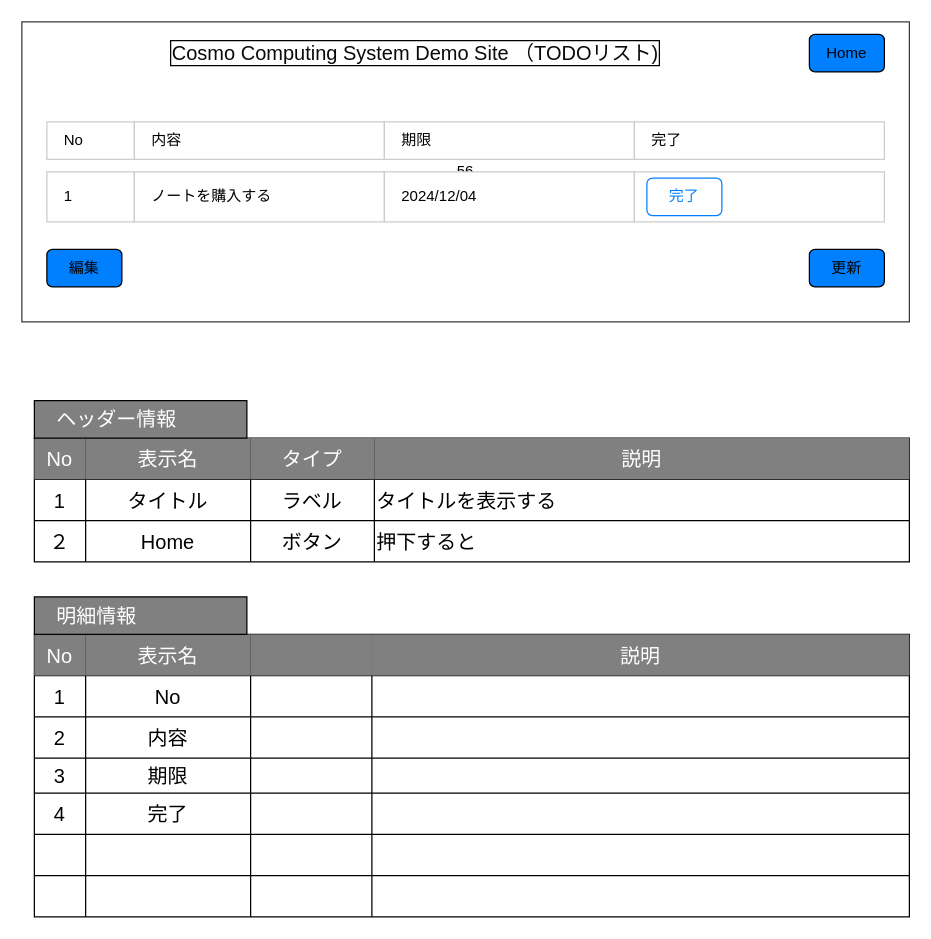
Above: design-document/一覧画面.drawio in next-fire-starter/webdocs (draw.io), before the change. Source tidied: cells renumbered, new cells numbered last; positions are measured from the earlier drawing's top-left corner, leaving out a move shared by most shapes. Both pictures are drawn from the tidied source at 125%, with x=0, y=0 at pixel (21, 21).
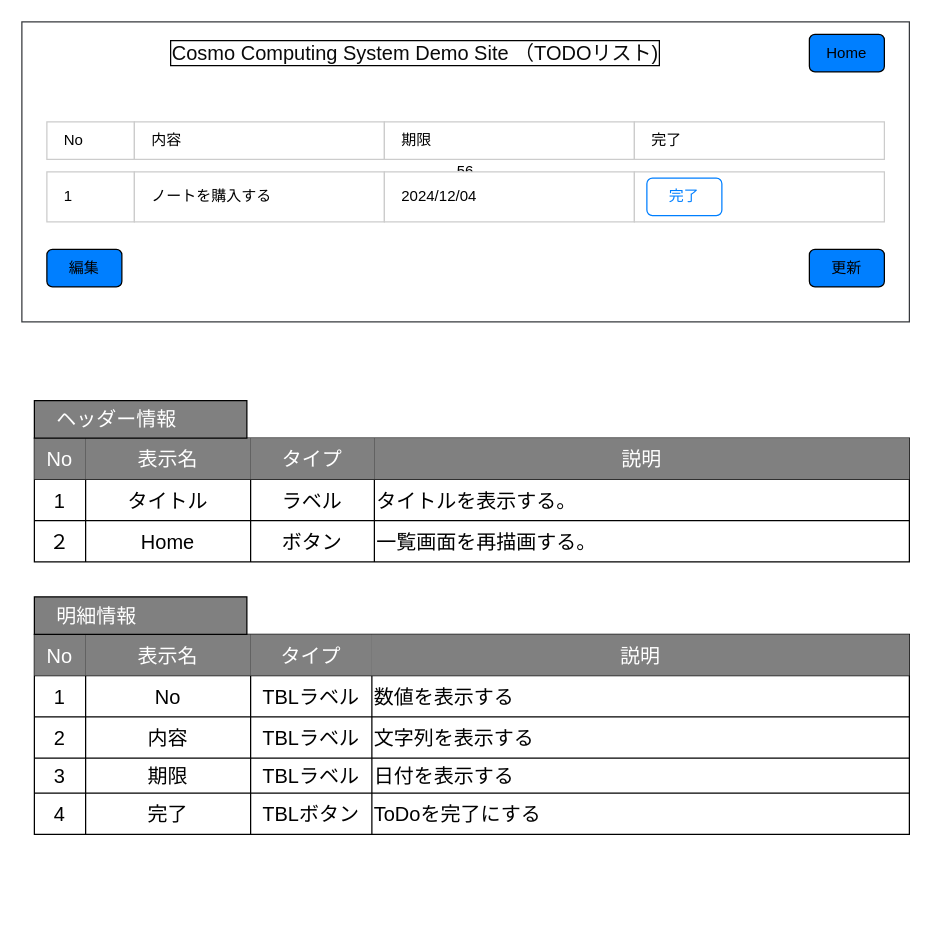
Above is the later version.

The change refers to these unchanged cells:
```xml
<mxCell id="22" style="shape=tableRow;horizontal=0;startSize=0;swimlaneHead=0;swimlaneBody=0;top=0;left=0;bottom=0;right=0;fillColor=none;fontSize=16;" parent="16" vertex="1">
  <mxGeometry y="33" width="700" height="33" as="geometry" />
</mxCell>
<mxCell id="27" style="shape=tableRow;horizontal=0;startSize=0;swimlaneHead=0;swimlaneBody=0;top=0;left=0;bottom=0;right=0;fillColor=none;fontSize=16;" parent="16" vertex="1">
  <mxGeometry y="66" width="700" height="33" as="geometry" />
</mxCell>
<mxCell id="34" style="shape=tableRow;horizontal=0;startSize=0;swimlaneHead=0;swimlaneBody=0;top=0;left=0;bottom=0;right=0;fillColor=none;fontSize=16;" parent="33" vertex="1">
  <mxGeometry width="700" height="33" as="geometry" />
</mxCell>
<mxCell id="44" style="shape=tableRow;horizontal=0;startSize=0;swimlaneHead=0;swimlaneBody=0;top=0;left=0;bottom=0;right=0;fillColor=none;fontSize=16;" parent="33" vertex="1">
  <mxGeometry y="66" width="700" height="33" as="geometry" />
</mxCell>
<mxCell id="49" style="shape=tableRow;horizontal=0;startSize=0;swimlaneHead=0;swimlaneBody=0;top=0;left=0;bottom=0;right=0;fillColor=none;fontSize=16;" parent="33" vertex="1">
  <mxGeometry y="99" width="700" height="28" as="geometry" />
</mxCell>
<mxCell id="54" style="shape=tableRow;horizontal=0;startSize=0;swimlaneHead=0;swimlaneBody=0;top=0;left=0;bottom=0;right=0;fillColor=none;fontSize=16;" parent="33" vertex="1">
  <mxGeometry y="127" width="700" height="33" as="geometry" />
</mxCell>
```

Diff of the diagram source:
```diff
@@
-    <mxCell id="26" value="タイトルを表示する" style="shape=partialRectangle;html=1;whiteSpace=wrap;fillColor=none;top=0;left=0;bottom=0;right=0;overflow=hidden;fontSize=16;fontColor=#000000;align=left;" parent="22" vertex="1">
+    <mxCell id="26" value="タイトルを表示する。" style="shape=partialRectangle;html=1;whiteSpace=wrap;fillColor=none;top=0;left=0;bottom=0;right=0;overflow=hidden;fontSize=16;fontColor=#000000;align=left;" parent="22" vertex="1">
       <mxGeometry x="272" width="428" height="33" as="geometry" />
     </mxCell>
@@
-    <mxCell id="31" value="押下すると" style="shape=partialRectangle;html=1;whiteSpace=wrap;fillColor=none;top=0;left=0;bottom=0;right=0;overflow=hidden;fontSize=16;fontColor=#000000;align=left;" parent="27" vertex="1">
+    <mxCell id="31" value="一覧画面を再描画する。" style="shape=partialRectangle;html=1;whiteSpace=wrap;fillColor=none;top=0;left=0;bottom=0;right=0;overflow=hidden;fontSize=16;fontColor=#000000;align=left;" parent="27" vertex="1">
       <mxGeometry x="272" width="428" height="33" as="geometry" />
     </mxCell>
@@
-    <mxCell id="33" style="shape=table;html=1;whiteSpace=wrap;startSize=0;childLayout=tableLayout;fontSize=16;fillColor=#FFFFFF;strokeColor=#000000;fontColor=#000000;" parent="1" vertex="1">
-      <mxGeometry x="10" y="490" width="700" height="226" as="geometry" />
+    <mxCell id="33" style="shape=table;html=1;whiteSpace=wrap;startSize=0;childLayout=tableLayout;fontSize=16;fillColor=#FFFFFF;strokeColor=#000000;fontColor=#000000;align=left;" parent="1" vertex="1">
+      <mxGeometry x="10" y="490" width="700" height="160" as="geometry" />
     </mxCell>
@@
-    <mxCell id="37" style="shape=partialRectangle;html=1;whiteSpace=wrap;fillColor=#808080;top=0;left=0;bottom=0;right=0;overflow=hidden;fontSize=16;fontColor=#ffffff;strokeColor=#001DBC;" parent="34" vertex="1">
+    <mxCell id="37" value="タイプ" style="shape=partialRectangle;html=1;whiteSpace=wrap;fillColor=#808080;top=0;left=0;bottom=0;right=0;overflow=hidden;fontSize=16;fontColor=#ffffff;strokeColor=#001DBC;" parent="34" vertex="1">
       <mxGeometry x="173" width="97" height="33" as="geometry" />
     </mxCell>
@@
-    <mxCell id="39" style="shape=tableRow;horizontal=0;startSize=0;swimlaneHead=0;swimlaneBody=0;top=0;left=0;bottom=0;right=0;fillColor=none;fontSize=16;" parent="33" vertex="1">
+    <mxCell id="39" style="shape=tableRow;horizontal=0;startSize=0;swimlaneHead=0;swimlaneBody=0;top=0;left=0;bottom=0;right=0;fillColor=none;fontSize=16;align=left;" parent="33" vertex="1">
       <mxGeometry y="33" width="700" height="33" as="geometry" />
     </mxCell>
@@
-    <mxCell id="42" style="shape=partialRectangle;html=1;whiteSpace=wrap;fillColor=none;top=0;left=0;bottom=0;right=0;overflow=hidden;fontSize=16;fontColor=#000000;" parent="39" vertex="1">
+    <mxCell id="42" value="TBLラベル" style="shape=partialRectangle;html=1;whiteSpace=wrap;fillColor=none;top=0;left=0;bottom=0;right=0;overflow=hidden;fontSize=16;fontColor=#000000;" parent="39" vertex="1">
       <mxGeometry x="173" width="97" height="33" as="geometry" />
     </mxCell>
-    <mxCell id="43" style="shape=partialRectangle;html=1;whiteSpace=wrap;fillColor=none;top=0;left=0;bottom=0;right=0;overflow=hidden;fontSize=16;fontColor=#000000;" parent="39" vertex="1">
+    <mxCell id="43" value="数値を表示する" style="shape=partialRectangle;html=1;whiteSpace=wrap;fillColor=none;top=0;left=0;bottom=0;right=0;overflow=hidden;fontSize=16;fontColor=#000000;align=left;" parent="39" vertex="1">
       <mxGeometry x="270" width="430" height="33" as="geometry" />
     </mxCell>
@@
-    <mxCell id="47" style="shape=partialRectangle;html=1;whiteSpace=wrap;fillColor=none;top=0;left=0;bottom=0;right=0;overflow=hidden;fontSize=16;fontColor=#000000;" parent="44" vertex="1">
+    <mxCell id="47" value="TBLラベル" style="shape=partialRectangle;html=1;whiteSpace=wrap;fillColor=none;top=0;left=0;bottom=0;right=0;overflow=hidden;fontSize=16;fontColor=#000000;" parent="44" vertex="1">
       <mxGeometry x="173" width="97" height="33" as="geometry" />
     </mxCell>
-    <mxCell id="48" style="shape=partialRectangle;html=1;whiteSpace=wrap;fillColor=none;top=0;left=0;bottom=0;right=0;overflow=hidden;fontSize=16;fontColor=#000000;" parent="44" vertex="1">
+    <mxCell id="48" value="文字列を表示する" style="shape=partialRectangle;html=1;whiteSpace=wrap;fillColor=none;top=0;left=0;bottom=0;right=0;overflow=hidden;fontSize=16;fontColor=#000000;align=left;" parent="44" vertex="1">
       <mxGeometry x="270" width="430" height="33" as="geometry" />
     </mxCell>
@@
-    <mxCell id="52" style="shape=partialRectangle;html=1;whiteSpace=wrap;fillColor=none;top=0;left=0;bottom=0;right=0;overflow=hidden;fontSize=16;fontColor=#000000;" parent="49" vertex="1">
+    <mxCell id="52" value="TBLラベル" style="shape=partialRectangle;html=1;whiteSpace=wrap;fillColor=none;top=0;left=0;bottom=0;right=0;overflow=hidden;fontSize=16;fontColor=#000000;" parent="49" vertex="1">
       <mxGeometry x="173" width="97" height="28" as="geometry" />
     </mxCell>
-    <mxCell id="53" style="shape=partialRectangle;html=1;whiteSpace=wrap;fillColor=none;top=0;left=0;bottom=0;right=0;overflow=hidden;fontSize=16;fontColor=#000000;" parent="49" vertex="1">
+    <mxCell id="53" value="日付を表示する" style="shape=partialRectangle;html=1;whiteSpace=wrap;fillColor=none;top=0;left=0;bottom=0;right=0;overflow=hidden;fontSize=16;fontColor=#000000;align=left;" parent="49" vertex="1">
       <mxGeometry x="270" width="430" height="28" as="geometry" />
     </mxCell>
@@
-    <mxCell id="57" style="shape=partialRectangle;html=1;whiteSpace=wrap;fillColor=none;top=0;left=0;bottom=0;right=0;overflow=hidden;fontSize=16;fontColor=#000000;" parent="54" vertex="1">
+    <mxCell id="57" value="TBLボタン" style="shape=partialRectangle;html=1;whiteSpace=wrap;fillColor=none;top=0;left=0;bottom=0;right=0;overflow=hidden;fontSize=16;fontColor=#000000;" parent="54" vertex="1">
       <mxGeometry x="173" width="97" height="33" as="geometry" />
     </mxCell>
-    <mxCell id="58" style="shape=partialRectangle;html=1;whiteSpace=wrap;fillColor=none;top=0;left=0;bottom=0;right=0;overflow=hidden;fontSize=16;fontColor=#000000;" parent="54" vertex="1">
+    <mxCell id="58" value="ToDoを完了にする" style="shape=partialRectangle;html=1;whiteSpace=wrap;fillColor=none;top=0;left=0;bottom=0;right=0;overflow=hidden;fontSize=16;fontColor=#000000;align=left;" parent="54" vertex="1">
       <mxGeometry x="270" width="430" height="33" as="geometry" />
     </mxCell>
-    <mxCell id="59" style="shape=tableRow;horizontal=0;startSize=0;swimlaneHead=0;swimlaneBody=0;top=0;left=0;bottom=0;right=0;fillColor=none;fontSize=16;" parent="33" vertex="1">
-      <mxGeometry y="160" width="700" height="33" as="geometry" />
-    </mxCell>
-    <mxCell id="60" style="shape=partialRectangle;html=1;whiteSpace=wrap;fillColor=none;top=0;left=0;bottom=0;right=0;overflow=hidden;fontSize=16;fontColor=#000000;" parent="59" vertex="1">
-      <mxGeometry width="41" height="33" as="geometry" />
-    </mxCell>
-    <mxCell id="61" style="shape=partialRectangle;html=1;whiteSpace=wrap;fillColor=none;top=0;left=0;bottom=0;right=0;overflow=hidden;fontSize=16;fontColor=#000000;" parent="59" vertex="1">
-      <mxGeometry x="41" width="132" height="33" as="geometry" />
-    </mxCell>
-    <mxCell id="62" style="shape=partialRectangle;html=1;whiteSpace=wrap;fillColor=none;top=0;left=0;bottom=0;right=0;overflow=hidden;fontSize=16;fontColor=#000000;" parent="59" vertex="1">
-      <mxGeometry x="173" width="97" height="33" as="geometry" />
-    </mxCell>
-    <mxCell id="63" style="shape=partialRectangle;html=1;whiteSpace=wrap;fillColor=none;top=0;left=0;bottom=0;right=0;overflow=hidden;fontSize=16;fontColor=#000000;" parent="59" vertex="1">
-      <mxGeometry x="270" width="430" height="33" as="geometry" />
-    </mxCell>
-    <mxCell id="64" style="shape=tableRow;horizontal=0;startSize=0;swimlaneHead=0;swimlaneBody=0;top=0;left=0;bottom=0;right=0;fillColor=none;fontSize=16;" parent="33" vertex="1">
-      <mxGeometry y="193" width="700" height="33" as="geometry" />
-    </mxCell>
-    <mxCell id="65" style="shape=partialRectangle;html=1;whiteSpace=wrap;fillColor=none;top=0;left=0;bottom=0;right=0;overflow=hidden;fontSize=16;fontColor=#000000;" parent="64" vertex="1">
-      <mxGeometry width="41" height="33" as="geometry" />
-    </mxCell>
-    <mxCell id="66" style="shape=partialRectangle;html=1;whiteSpace=wrap;fillColor=none;top=0;left=0;bottom=0;right=0;overflow=hidden;fontSize=16;fontColor=#000000;" parent="64" vertex="1">
-      <mxGeometry x="41" width="132" height="33" as="geometry" />
-    </mxCell>
-    <mxCell id="67" style="shape=partialRectangle;html=1;whiteSpace=wrap;fillColor=none;top=0;left=0;bottom=0;right=0;overflow=hidden;fontSize=16;fontColor=#000000;" parent="64" vertex="1">
-      <mxGeometry x="173" width="97" height="33" as="geometry" />
-    </mxCell>
-    <mxCell id="68" style="shape=partialRectangle;html=1;whiteSpace=wrap;fillColor=none;top=0;left=0;bottom=0;right=0;overflow=hidden;fontSize=16;fontColor=#000000;" parent="64" vertex="1">
-      <mxGeometry x="270" width="430" height="33" as="geometry" />
-    </mxCell>
```
